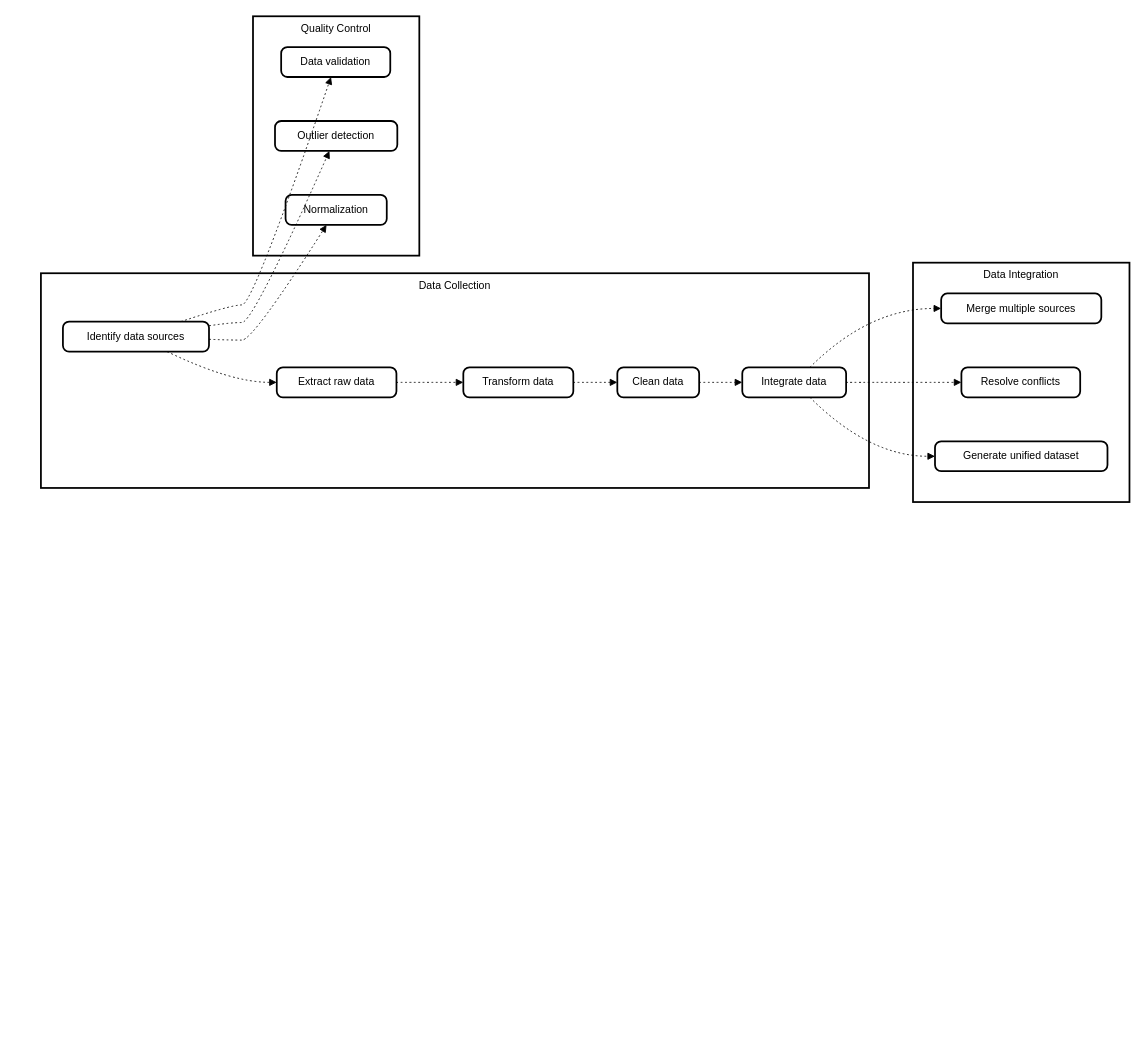
Earlier version of the draw.io diagram Biotech Data Flow Map.drawio (ChapGPT1/Repo2). Source tidied: cells renumbered, new cells numbered last; positions are measured from the earlier drawing's top-left corner, leaving out a move shared by most shapes. Both pictures are drawn from the tidied source at 88%, with x=0, y=0 at pixel (40, 16).
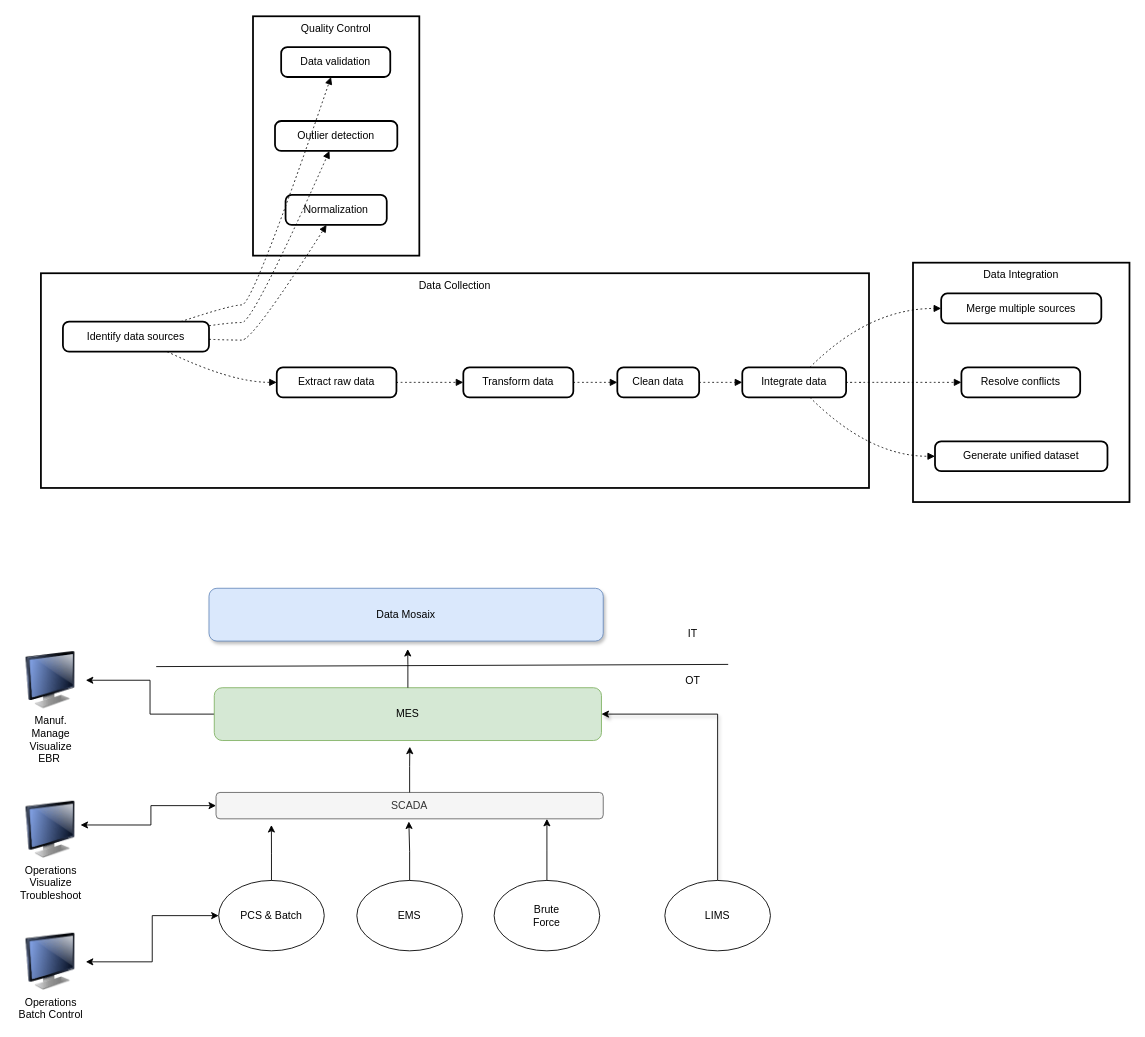
The same page after the edit.

Diff of the diagram source:
```diff
@@
+    <mxCell id="26" style="edgeStyle=orthogonalEdgeStyle;rounded=0;jettySize=auto;html=1;exitX=0;exitY=0.5;exitDx=0;exitDy=0;entryX=1;entryY=0.5;entryDx=0;entryDy=0;flowAnimation=1;startArrow=classic;startFill=1;" parent="1" edge="1" source="27" target="42">
+      <mxGeometry relative="1" as="geometry" />
+    </mxCell>
+    <mxCell id="27" value="PCS &amp;amp; Batch" style="ellipse;whiteSpace=wrap;html=1;" parent="1" vertex="1">
+      <mxGeometry x="202" y="982" width="120" height="80" as="geometry" />
+    </mxCell>
+    <mxCell id="28" value="EMS" style="ellipse;whiteSpace=wrap;html=1;" parent="1" vertex="1">
+      <mxGeometry x="359" y="982" width="120" height="80" as="geometry" />
+    </mxCell>
+    <mxCell id="29" style="edgeStyle=orthogonalEdgeStyle;rounded=0;jettySize=auto;html=1;exitX=0.5;exitY=0;exitDx=0;exitDy=0;entryX=1;entryY=0.5;entryDx=0;entryDy=0;flowAnimation=1;shadow=1;" parent="1" edge="1" source="30" target="34">
+      <mxGeometry relative="1" as="geometry" />
+    </mxCell>
+    <mxCell id="30" value="LIMS" style="ellipse;whiteSpace=wrap;html=1;" parent="1" vertex="1">
+      <mxGeometry x="709" y="982" width="120" height="80" as="geometry" />
+    </mxCell>
+    <mxCell id="31" style="edgeStyle=orthogonalEdgeStyle;rounded=0;jettySize=auto;html=1;exitX=0.5;exitY=0;exitDx=0;exitDy=0;flowAnimation=1;" parent="1" edge="1" source="32">
+      <mxGeometry relative="1" as="geometry">
+        <mxPoint x="575" y="912" as="targetPoint" />
+      </mxGeometry>
+    </mxCell>
+    <mxCell id="32" value="Brute&lt;div&gt;Force&lt;/div&gt;" style="ellipse;whiteSpace=wrap;html=1;" parent="1" vertex="1">
+      <mxGeometry x="515" y="982" width="120" height="80" as="geometry" />
+    </mxCell>
+    <mxCell id="33" style="edgeStyle=orthogonalEdgeStyle;rounded=0;jettySize=auto;html=1;exitX=0;exitY=0.5;exitDx=0;exitDy=0;flowAnimation=1;targetPerimeterSpacing=0;startArrow=none;startFill=0;" parent="1" edge="1" source="34" target="40">
+      <mxGeometry relative="1" as="geometry" />
+    </mxCell>
+    <mxCell id="34" value="MES" style="rounded=1;whiteSpace=wrap;html=1;fillColor=#d5e8d4;strokeColor=#82b366;" parent="1" vertex="1">
+      <mxGeometry x="197" y="763" width="440" height="60" as="geometry" />
+    </mxCell>
+    <mxCell id="35" value="SCADA" style="rounded=1;whiteSpace=wrap;html=1;fillColor=#f5f5f5;fontColor=#333333;strokeColor=#666666;" parent="1" vertex="1">
+      <mxGeometry x="199" y="882" width="440" height="30" as="geometry" />
+    </mxCell>
+    <mxCell id="36" style="edgeStyle=orthogonalEdgeStyle;rounded=0;jettySize=auto;html=1;exitX=0.5;exitY=0;exitDx=0;exitDy=0;entryX=0.582;entryY=1.1;entryDx=0;entryDy=0;entryPerimeter=0;flowAnimation=1;" parent="1" edge="1" source="28">
+      <mxGeometry relative="1" as="geometry">
+        <mxPoint x="418.1" y="915" as="targetPoint" />
+      </mxGeometry>
+    </mxCell>
+    <mxCell id="37" style="edgeStyle=orthogonalEdgeStyle;rounded=0;jettySize=auto;html=1;exitX=0.5;exitY=0;exitDx=0;exitDy=0;entryX=0.227;entryY=1.233;entryDx=0;entryDy=0;entryPerimeter=0;flowAnimation=1;" parent="1" edge="1" source="27">
+      <mxGeometry relative="1" as="geometry">
+        <mxPoint x="261.9" y="919" as="targetPoint" />
+      </mxGeometry>
+    </mxCell>
+    <mxCell id="38" value="Data Mosaix" style="rounded=1;whiteSpace=wrap;html=1;shadow=1;fillColor=#dae8fc;strokeColor=#6c8ebf;" parent="1" vertex="1">
+      <mxGeometry x="191" y="650" width="448" height="60" as="geometry" />
+    </mxCell>
+    <mxCell id="39" value="Operations&lt;div&gt;Visualize&lt;div&gt;Troubleshoot&lt;/div&gt;&lt;/div&gt;" style="image;html=1;image=img/lib/clip_art/computers/Monitor_128x128.png;" parent="1" vertex="1">
+      <mxGeometry x="-29" y="892" width="80" height="65" as="geometry" />
+    </mxCell>
+    <mxCell id="40" value="Manuf.&lt;div&gt;Manage&lt;/div&gt;&lt;div&gt;Visualize&lt;/div&gt;&lt;div&gt;EBR&amp;nbsp;&lt;/div&gt;" style="image;html=1;image=img/lib/clip_art/computers/Monitor_128x128.png;" parent="1" vertex="1">
+      <mxGeometry x="-29" y="722" width="80" height="65" as="geometry" />
+    </mxCell>
+    <mxCell id="41" style="edgeStyle=orthogonalEdgeStyle;rounded=0;jettySize=auto;html=1;exitX=0;exitY=0.5;exitDx=0;exitDy=0;entryX=0.925;entryY=0.415;entryDx=0;entryDy=0;entryPerimeter=0;flowAnimation=1;startArrow=classic;startFill=1;" parent="1" edge="1" source="35" target="39">
+      <mxGeometry relative="1" as="geometry" />
+    </mxCell>
+    <mxCell id="42" value="Operations&lt;div&gt;Batch Control&lt;/div&gt;" style="image;html=1;image=img/lib/clip_art/computers/Monitor_128x128.png;" parent="1" vertex="1">
+      <mxGeometry x="-29" y="1042" width="80" height="65" as="geometry" />
+    </mxCell>
+    <mxCell id="43" style="endArrow=none;html=1;rounded=0;" parent="1" edge="1">
+      <mxGeometry relative="1" as="geometry">
+        <mxPoint x="131" y="739" as="sourcePoint" />
+        <mxPoint x="781" y="736.5" as="targetPoint" />
+      </mxGeometry>
+    </mxCell>
+    <mxCell id="44" value="OT" style="text;html=1;align=center;verticalAlign=middle;whiteSpace=wrap;rounded=0;" parent="1" vertex="1">
+      <mxGeometry x="711" y="739.5" width="60" height="30" as="geometry" />
+    </mxCell>
+    <mxCell id="45" value="IT" style="text;html=1;align=center;verticalAlign=middle;whiteSpace=wrap;rounded=0;" parent="1" vertex="1">
+      <mxGeometry x="711" y="687" width="60" height="30" as="geometry" />
+    </mxCell>
+    <mxCell id="46" style="edgeStyle=orthogonalEdgeStyle;rounded=0;jettySize=auto;html=1;exitX=0.5;exitY=0;exitDx=0;exitDy=0;entryX=0.505;entryY=1.117;entryDx=0;entryDy=0;entryPerimeter=0;flowAnimation=1;" parent="1" edge="1" source="35" target="34">
+      <mxGeometry relative="1" as="geometry" />
+    </mxCell>
+    <mxCell id="47" style="edgeStyle=orthogonalEdgeStyle;rounded=0;jettySize=auto;html=1;exitX=0.5;exitY=0;exitDx=0;exitDy=0;entryX=0.504;entryY=1.15;entryDx=0;entryDy=0;entryPerimeter=0;flowAnimation=1;" parent="1" edge="1" source="34" target="38">
+      <mxGeometry relative="1" as="geometry" />
+    </mxCell>
```
